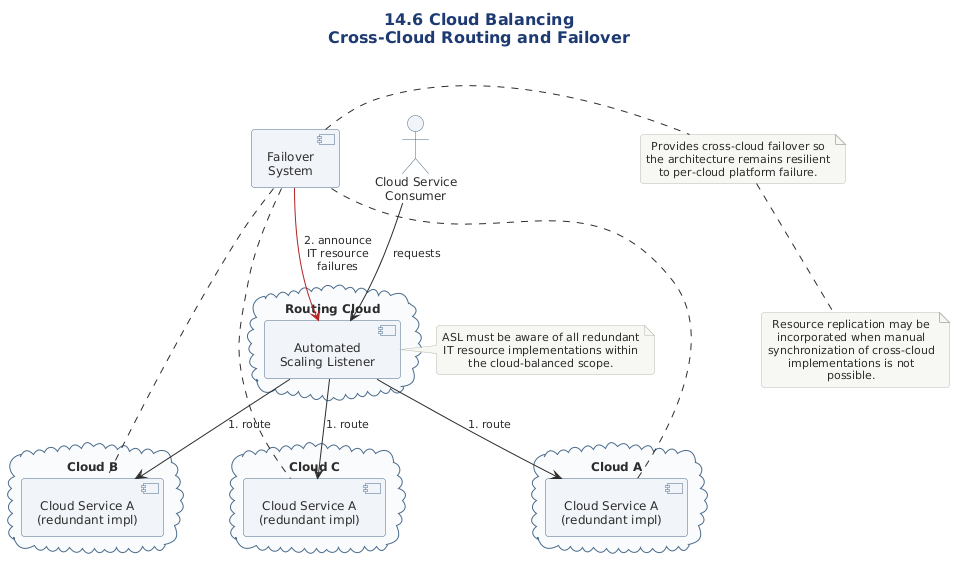
Notoriousjayy/latex-docs keeps this PlantUML diagram as src/architecture/cloud/architecture/cloud-architecture-diagram-library/advanced-cloud-architecture-plantuml/diagrams/png/14-06-cloud-balancing-cross-cloud-routing.png. Above is the earlier version. The source it was exported from:
```plantuml
@startuml

!include ../../../../../../../tooling/styles/plantuml/structural/deployment-diagram-style.iuml

title 14.6 Cloud Balancing\nCross-Cloud Routing and Failover

skinparam ComponentBackgroundColor #F0F4F8
skinparam ComponentBorderColor #4A6B8A
skinparam ActorBackgroundColor #F0F4F8
skinparam ActorBorderColor #4A6B8A
skinparam CloudBackgroundColor #F8FAFC
skinparam CloudBorderColor #4A6B8A

actor "Cloud Service\nConsumer" as CSC

cloud "Routing Cloud" as RoutingCloud {
  component "Automated\nScaling Listener" as ASL
}

cloud "Cloud A" as CloudA {
  component "Cloud Service A\n(redundant impl)" as CA
}

cloud "Cloud B" as CloudB {
  component "Cloud Service A\n(redundant impl)" as CB
}

cloud "Cloud C" as CloudC {
  component "Cloud Service A\n(redundant impl)" as CC
}

component "Failover\nSystem" as FS

CSC --> ASL : requests
ASL --> CA : 1. route
ASL --> CB : 1. route
ASL --> CC : 1. route

FS .. CA
FS .. CB
FS .. CC
FS -[#B22222]-> ASL : 2. announce\nIT resource\nfailures

note right of ASL
  ASL must be aware of all redundant
  IT resource implementations within
  the cloud-balanced scope.
end note

note right of FS
  Provides cross-cloud failover so
  the architecture remains resilient
  to per-cloud platform failure.
end note

note bottom
  Resource replication may be incorporated when manual
  synchronization of cross-cloud implementations is not
  possible.
end note

@enduml
```
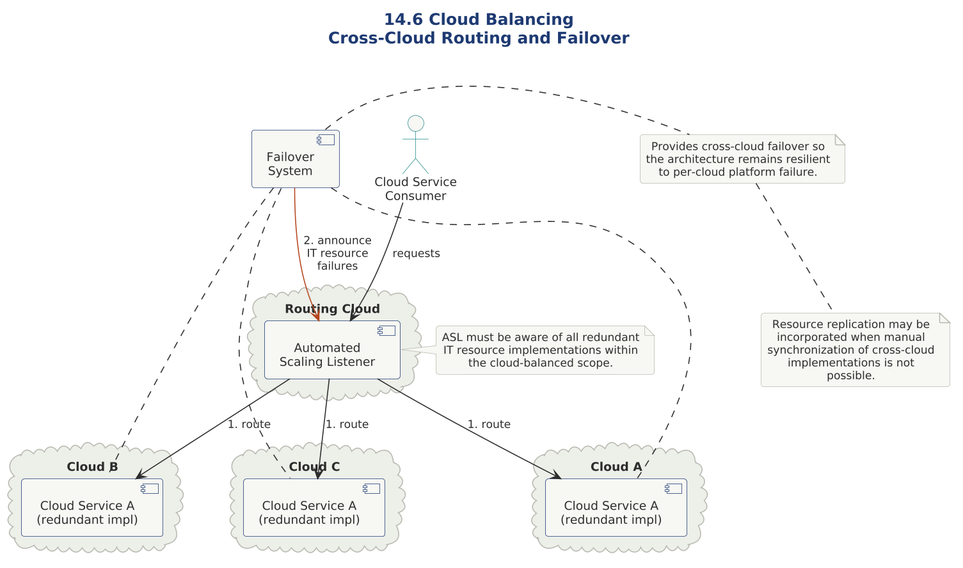
After the change.

The edit, as a diff of the source:
```diff
@@ -1,15 +1,13 @@
 @startuml
+
+skinparam dpi 150
+
+
+
 
 !include ../../../../../../../tooling/styles/plantuml/structural/deployment-diagram-style.iuml
 
 title 14.6 Cloud Balancing\nCross-Cloud Routing and Failover
-
-skinparam ComponentBackgroundColor #F0F4F8
-skinparam ComponentBorderColor #4A6B8A
-skinparam ActorBackgroundColor #F0F4F8
-skinparam ActorBorderColor #4A6B8A
-skinparam CloudBackgroundColor #F8FAFC
-skinparam CloudBorderColor #4A6B8A
 
 actor "Cloud Service\nConsumer" as CSC
 
@@ -39,7 +37,7 @@
 FS .. CA
 FS .. CB
 FS .. CC
-FS -[#B22222]-> ASL : 2. announce\nIT resource\nfailures
+FS -[$line_invalid]-> ASL : 2. announce\nIT resource\nfailures
 
 note right of ASL
   ASL must be aware of all redundant
```
